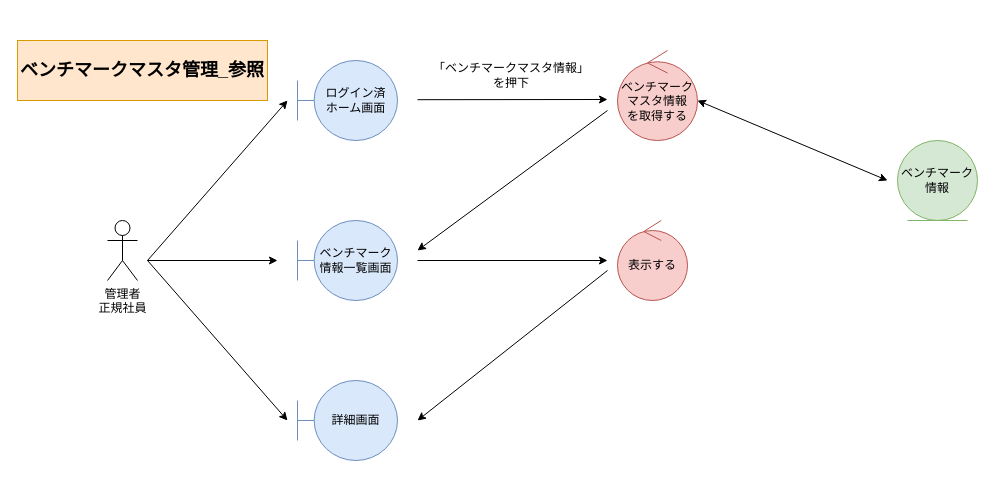
Earlier version of the draw.io diagram page "*ベンチマークマスタ管理_参照" (2 of 4) of 各種設計書/3ロバストネス図/マスタ管理/5.ベンチマークマスタ.drawio (HaruShim/Sotuken). Source tidied: cells renumbered, new cells numbered last; positions are measured from the earlier drawing's top-left corner, leaving out a move shared by most shapes. Both pictures are drawn from the tidied source at 100%, with x=0, y=0 at pixel (17, 40).
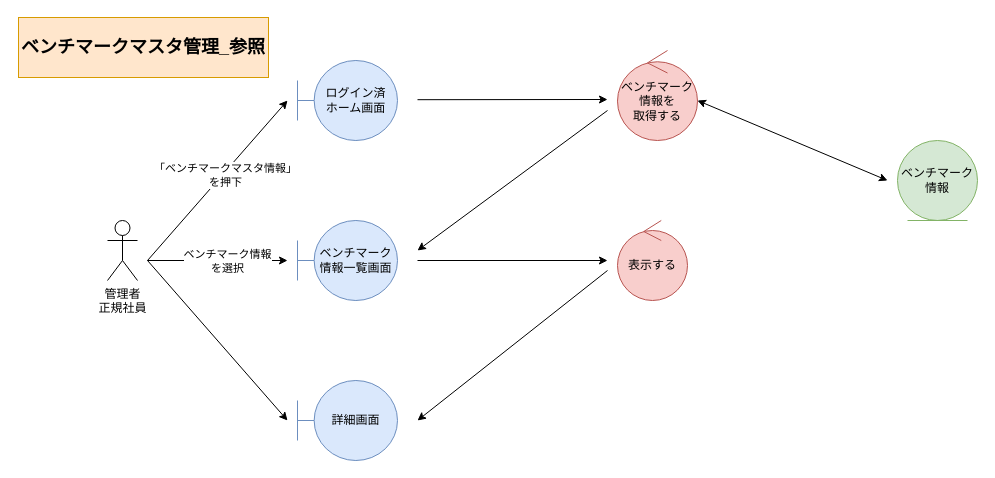
After the change.

Diff of the diagram source:
```diff
@@
-    <mxCell id="2" value="管理者&lt;br&gt;正規社員" style="shape=umlActor;verticalLabelPosition=bottom;verticalAlign=top;html=1;" parent="1" vertex="1">
-      <mxGeometry x="90" y="180" width="30" height="60" as="geometry" />
-    </mxCell>
@@
-    <mxCell id="5" style="endArrow=classic;html=1;rounded=0;" parent="1" edge="1">
-      <mxGeometry relative="1" as="geometry">
-        <mxPoint x="130" y="220" as="sourcePoint" />
-        <mxPoint x="270" y="60" as="targetPoint" />
-      </mxGeometry>
-    </mxCell>
-    <mxCell id="6" style="endArrow=classic;html=1;rounded=0;" parent="1" edge="1">
-      <mxGeometry relative="1" as="geometry">
-        <mxPoint x="130" y="220" as="sourcePoint" />
-        <mxPoint x="260" y="220" as="targetPoint" />
-      </mxGeometry>
-    </mxCell>
-    <mxCell id="7" style="endArrow=classic;html=1;rounded=0;" parent="1" edge="1">
-      <mxGeometry relative="1" as="geometry">
-        <mxPoint x="130" y="220" as="sourcePoint" />
-        <mxPoint x="270" y="380" as="targetPoint" />
-      </mxGeometry>
-    </mxCell>
@@
-    <mxCell id="11" value="「ベンチマークマスタ情報」&lt;br&gt;を押下" style="text;html=1;strokeColor=none;fillColor=none;align=center;verticalAlign=middle;whiteSpace=wrap;rounded=0;" parent="1" vertex="1">
-      <mxGeometry x="414" y="20" width="160" height="30" as="geometry" />
-    </mxCell>
@@
-    <mxCell id="17" value="ベンチマーク&lt;br&gt;マスタ情報&lt;br&gt;を取得する" style="ellipse;shape=umlControl;whiteSpace=wrap;html=1;fillColor=#f8cecc;strokeColor=#b85450;" parent="1" vertex="1">
+    <mxCell id="17" value="ベンチマーク&lt;br&gt;情報を&lt;br&gt;取得する" style="ellipse;shape=umlControl;whiteSpace=wrap;html=1;fillColor=#f8cecc;strokeColor=#b85450;" parent="1" vertex="1">
       <mxGeometry x="600" y="10" width="80" height="90" as="geometry" />
     </mxCell>
     <mxCell id="18" value="ベンチマークマスタ管理_参照" style="rounded=0;whiteSpace=wrap;html=1;fillColor=#ffe6cc;strokeColor=#d79b00;fontStyle=1;fontSize=18;" parent="1" vertex="1">
-      <mxGeometry width="250" height="60" as="geometry" />
+      <mxGeometry x="1" y="-23" width="250" height="60" as="geometry" />
     </mxCell>
+    <mxCell id="2" value="管理者&lt;br&gt;正規社員" style="shape=umlActor;verticalLabelPosition=bottom;verticalAlign=top;html=1;" parent="1" vertex="1">
+      <mxGeometry x="90" y="180" width="30" height="60" as="geometry" />
+    </mxCell>
+    <mxCell id="19" style="endArrow=classic;html=1;rounded=0;" parent="1" edge="1">
+      <mxGeometry relative="1" as="geometry">
+        <mxPoint x="130" y="220" as="sourcePoint" />
+        <mxPoint x="270" y="60" as="targetPoint" />
+      </mxGeometry>
+    </mxCell>
+    <mxCell id="11" value="「ベンチマークマスタ情報」&lt;br&gt;を押下" style="edgeLabel;html=1;align=center;verticalAlign=middle;" parent="19" vertex="1">
+      <mxGeometry x="0.21" y="-2" relative="1" as="geometry">
+        <mxPoint x="-9" y="10" as="offset" />
+      </mxGeometry>
+    </mxCell>
+    <mxCell id="20" style="endArrow=classic;html=1;rounded=0;" parent="1" edge="1">
+      <mxGeometry relative="1" as="geometry">
+        <mxPoint x="130" y="220" as="sourcePoint" />
+        <mxPoint x="270" y="380" as="targetPoint" />
+      </mxGeometry>
+    </mxCell>
+    <mxCell id="21" style="endArrow=classic;html=1;rounded=0;" parent="1" edge="1">
+      <mxGeometry relative="1" as="geometry">
+        <mxPoint x="130" y="220" as="sourcePoint" />
+        <mxPoint x="270" y="220" as="targetPoint" />
+      </mxGeometry>
+    </mxCell>
+    <mxCell id="22" value="ベンチマーク情報&lt;br&gt;を選択" style="edgeLabel;html=1;align=center;verticalAlign=middle;" parent="21" vertex="1">
+      <mxGeometry x="0.32" y="1" relative="1" as="geometry">
+        <mxPoint x="-13" y="1" as="offset" />
+      </mxGeometry>
+    </mxCell>
```
